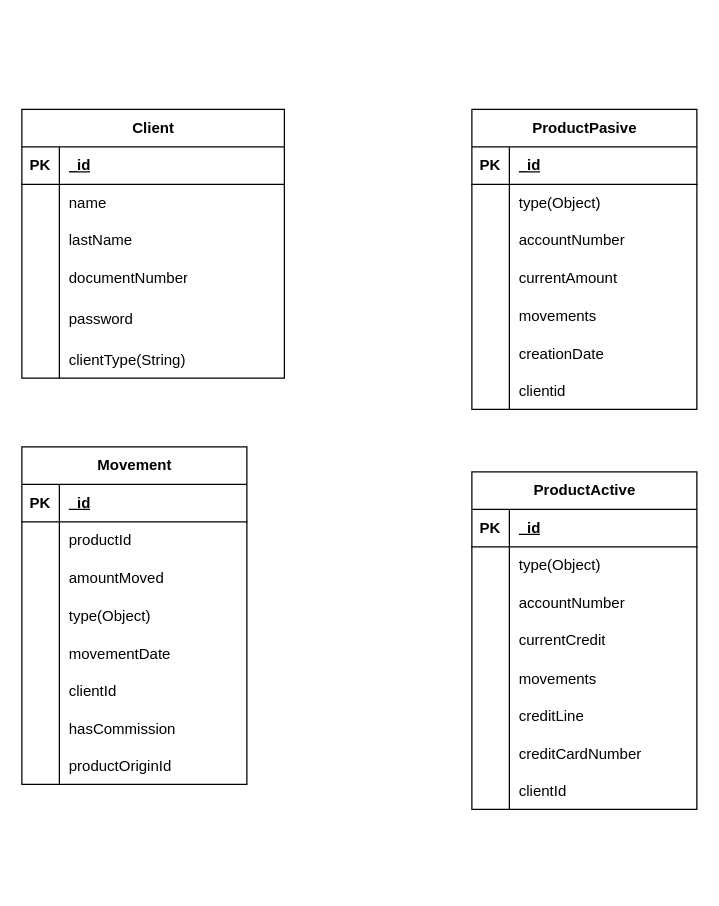
Before: Diagrama de base de datos.drawio in Bootcamp49/Diagrams, a draw.io diagram. Source tidied: cells renumbered, new cells numbered last; positions are measured from the earlier drawing's top-left corner, leaving out a move shared by most shapes. Both pictures are drawn from the tidied source at 125%, with x=0, y=0 at pixel (21, 109).
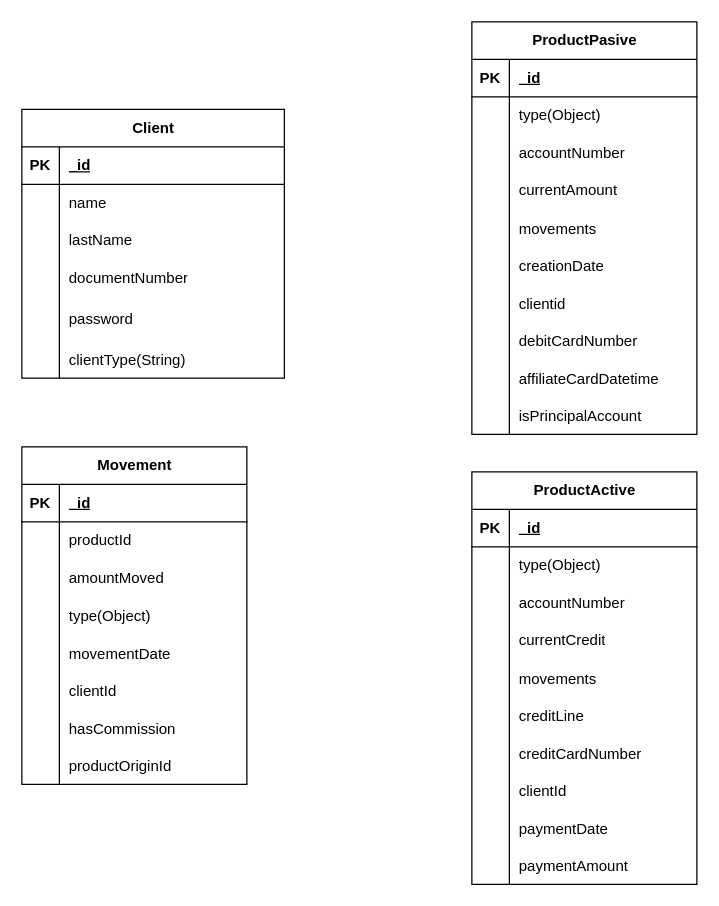
After the change.

Commit message (it also covers changes not shown here):
Updated database diagram

The edit, as a diff of the source:
```diff
@@
     <mxCell id="2" value="ProductPasive" style="shape=table;startSize=30;childLayout=tableLayout;rowLines=0;fontStyle=1;align=center;html=1;" parent="1" vertex="1">
-      <mxGeometry x="360" width="180" height="240" as="geometry" />
+      <mxGeometry x="360" y="-70" width="180" height="330" as="geometry" />
     </mxCell>
@@
+    <mxCell id="93" style="shape=tableRow;horizontal=0;startSize=0;swimlaneHead=0;swimlaneBody=0;fillColor=none;top=0;left=0;right=0;bottom=0;" parent="2" vertex="1">
+      <mxGeometry y="240" width="180" height="30" as="geometry" />
+    </mxCell>
+    <mxCell id="94" style="shape=partialRectangle;fillColor=none;top=0;left=0;bottom=0;right=0;overflow=hidden;" parent="93" vertex="1">
+      <mxGeometry width="30" height="30" as="geometry" />
+    </mxCell>
+    <mxCell id="95" value="debitCardNumber" style="shape=partialRectangle;fillColor=none;top=0;left=0;bottom=0;right=0;align=left;spacingLeft=6;overflow=hidden;" parent="93" vertex="1">
+      <mxGeometry x="30" width="150" height="30" as="geometry" />
+    </mxCell>
+    <mxCell id="96" style="shape=tableRow;horizontal=0;startSize=0;swimlaneHead=0;swimlaneBody=0;fillColor=none;top=0;left=0;right=0;bottom=0;" parent="2" vertex="1">
+      <mxGeometry y="270" width="180" height="30" as="geometry" />
+    </mxCell>
+    <mxCell id="97" style="shape=partialRectangle;fillColor=none;top=0;left=0;bottom=0;right=0;overflow=hidden;" parent="96" vertex="1">
+      <mxGeometry width="30" height="30" as="geometry" />
+    </mxCell>
+    <mxCell id="98" value="affiliateCardDatetime" style="shape=partialRectangle;fillColor=none;top=0;left=0;bottom=0;right=0;align=left;spacingLeft=6;overflow=hidden;" parent="96" vertex="1">
+      <mxGeometry x="30" width="150" height="30" as="geometry" />
+    </mxCell>
+    <mxCell id="99" style="shape=tableRow;horizontal=0;startSize=0;swimlaneHead=0;swimlaneBody=0;fillColor=none;top=0;left=0;right=0;bottom=0;" parent="2" vertex="1">
+      <mxGeometry y="300" width="180" height="30" as="geometry" />
+    </mxCell>
+    <mxCell id="100" style="shape=partialRectangle;fillColor=none;top=0;left=0;bottom=0;right=0;overflow=hidden;" parent="99" vertex="1">
+      <mxGeometry width="30" height="30" as="geometry" />
+    </mxCell>
+    <mxCell id="101" value="isPrincipalAccount" style="shape=partialRectangle;fillColor=none;top=0;left=0;bottom=0;right=0;align=left;spacingLeft=6;overflow=hidden;" parent="99" vertex="1">
+      <mxGeometry x="30" width="150" height="30" as="geometry" />
+    </mxCell>
     <mxCell id="24" value="ProductActive" style="shape=table;startSize=30;childLayout=tableLayout;rowLines=0;fontStyle=1;align=center;html=1;" parent="1" vertex="1">
-      <mxGeometry x="360" y="290" width="180" height="270" as="geometry" />
+      <mxGeometry x="360" y="290" width="180" height="330" as="geometry" />
     </mxCell>
@@
+    <mxCell id="102" style="shape=tableRow;horizontal=0;startSize=0;swimlaneHead=0;swimlaneBody=0;fillColor=none;top=0;left=0;right=0;bottom=0;" parent="24" vertex="1">
+      <mxGeometry y="270" width="180" height="30" as="geometry" />
+    </mxCell>
+    <mxCell id="103" style="shape=partialRectangle;fillColor=none;top=0;left=0;bottom=0;right=0;overflow=hidden;" parent="102" vertex="1">
+      <mxGeometry width="30" height="30" as="geometry" />
+    </mxCell>
+    <mxCell id="104" value="paymentDate" style="shape=partialRectangle;fillColor=none;top=0;left=0;bottom=0;right=0;align=left;spacingLeft=6;overflow=hidden;" parent="102" vertex="1">
+      <mxGeometry x="30" width="150" height="30" as="geometry" />
+    </mxCell>
+    <mxCell id="105" style="shape=tableRow;horizontal=0;startSize=0;swimlaneHead=0;swimlaneBody=0;fillColor=none;top=0;left=0;right=0;bottom=0;" parent="24" vertex="1">
+      <mxGeometry y="300" width="180" height="30" as="geometry" />
+    </mxCell>
+    <mxCell id="106" style="shape=partialRectangle;fillColor=none;top=0;left=0;bottom=0;right=0;overflow=hidden;" parent="105" vertex="1">
+      <mxGeometry width="30" height="30" as="geometry" />
+    </mxCell>
+    <mxCell id="107" value="paymentAmount" style="shape=partialRectangle;fillColor=none;top=0;left=0;bottom=0;right=0;align=left;spacingLeft=6;overflow=hidden;" parent="105" vertex="1">
+      <mxGeometry x="30" width="150" height="30" as="geometry" />
+    </mxCell>
```
